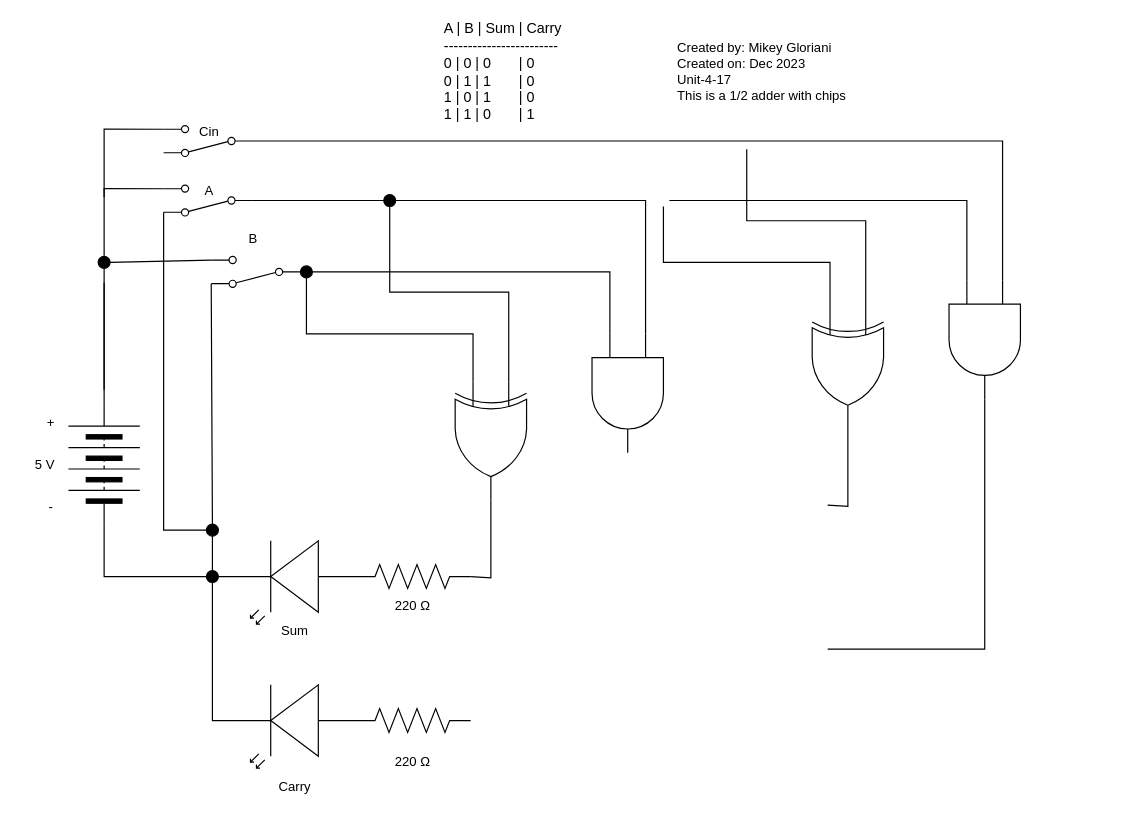
The draw.io diagram Unit-4-18/Unit-4-18.drawio in MikeyGloriani/TEJ3M-Unit-4, before the edit. Source tidied: cells renumbered, new cells numbered last; positions are measured from the earlier drawing's top-left corner, leaving out a move shared by most shapes. Both pictures are drawn from the tidied source at 119%, with x=0, y=0 at pixel (20, 30).
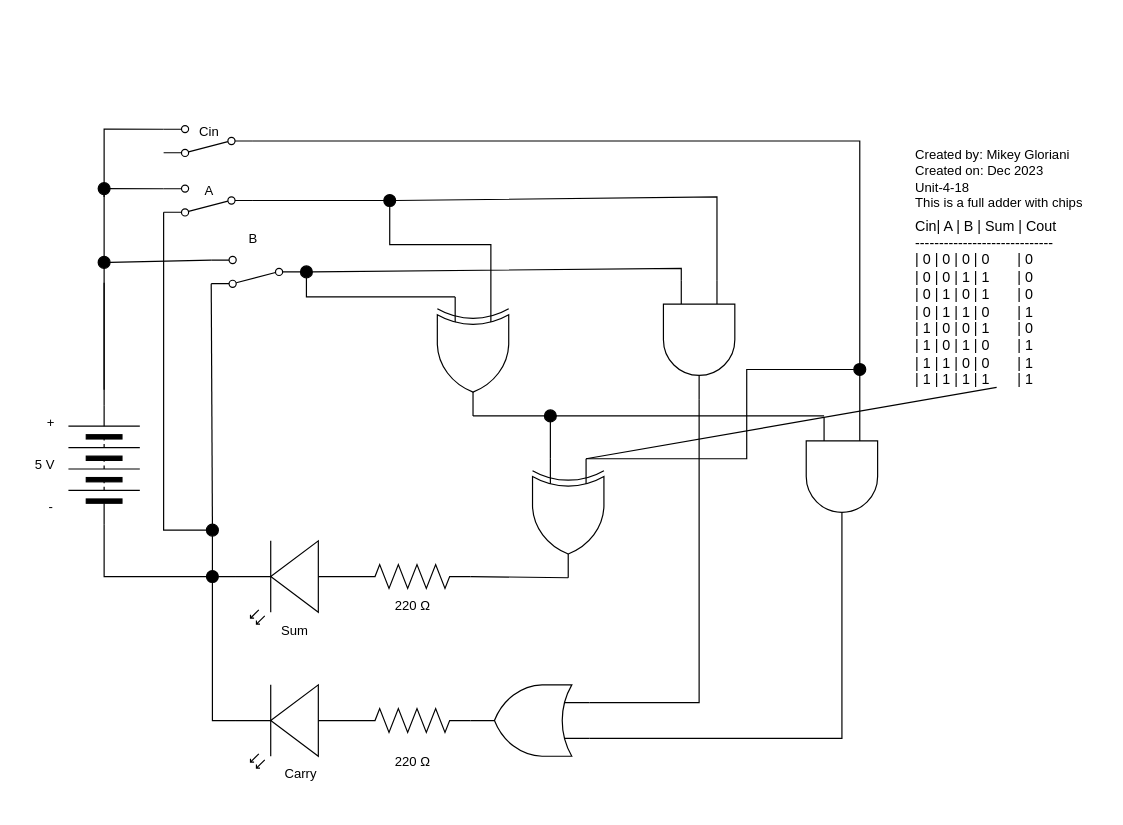
The same diagram, later.

Unchanged cells that the change refers to:
```xml
<mxCell id="17" style="verticalLabelPosition=bottom;shadow=0;dashed=0;align=center;html=1;verticalAlign=top;shape=mxgraph.electrical.resistors.resistor_2;rotation=0;" parent="1" vertex="1">
  <mxGeometry x="280" y="449" width="98" height="20" as="geometry" />
</mxCell>
<mxCell id="34" style="ellipse;whiteSpace=wrap;html=1;strokeColor=#000000;fillColor=#000000;" parent="1" vertex="1">
  <mxGeometry x="235" y="198" width="10" height="10" as="geometry" />
</mxCell>
<mxCell id="37" style="ellipse;whiteSpace=wrap;html=1;strokeColor=#000000;fillColor=#000000;" parent="1" vertex="1">
  <mxGeometry x="305" y="138" width="10" height="10" as="geometry" />
</mxCell>
<mxCell id="53" style="shape=mxgraph.electrical.electro-mechanical.twoWaySwitch;elSwitchState=2;rotation=-180;" parent="1" vertex="1">
  <mxGeometry x="120" y="80" width="75" height="26" as="geometry" />
</mxCell>
```

Diff of the diagram source:
```diff
@@
-    <mxCell id="7" value="&lt;div&gt;Created by: Mikey Gloriani&lt;/div&gt;&lt;div&gt;Created on: Dec 2023&lt;/div&gt;&lt;div&gt;Unit-4-17&lt;/div&gt;&lt;div&gt;This is a 1/2 adder with chips&lt;/div&gt;" style="text;html=1;align=left;verticalAlign=middle;strokeColor=none;fillColor=none;fontSize=11;fontFamily=Helvetica;fontColor=default;" parent="1" vertex="1">
-      <mxGeometry x="550" width="170" height="70" as="geometry" />
+    <mxCell id="7" value="&lt;div&gt;Created by: Mikey Gloriani&lt;/div&gt;&lt;div&gt;Created on: Dec 2023&lt;/div&gt;&lt;div&gt;Unit-4-18&lt;/div&gt;&lt;div&gt;This is a full adder with chips&lt;/div&gt;" style="text;html=1;align=left;verticalAlign=middle;strokeColor=none;fillColor=none;fontSize=11;fontFamily=Helvetica;fontColor=default;" parent="1" vertex="1">
+      <mxGeometry x="750" y="90" width="160" height="70" as="geometry" />
     </mxCell>
@@
-    <mxCell id="10" value="&lt;div&gt;A | B | Sum | Carry&lt;/div&gt;&lt;div&gt;------------------------&lt;/div&gt;&lt;div&gt;0 | 0 | 0&amp;nbsp; &amp;nbsp; &amp;nbsp; &amp;nbsp;| 0&lt;/div&gt;&lt;div&gt;0 | 1 | 1&amp;nbsp; &amp;nbsp; &amp;nbsp; &amp;nbsp;| 0&lt;/div&gt;&lt;div&gt;1 | 0 | 1&amp;nbsp; &amp;nbsp; &amp;nbsp; &amp;nbsp;| 0&lt;/div&gt;&lt;div&gt;1 | 1 | 0&amp;nbsp; &amp;nbsp; &amp;nbsp; &amp;nbsp;| 1&lt;/div&gt;" style="text;html=1;strokeColor=none;fillColor=none;align=left;verticalAlign=middle;whiteSpace=wrap;rounded=0;" parent="1" vertex="1">
-      <mxGeometry x="354" y="20" width="125" height="30" as="geometry" />
+    <mxCell id="10" value="&lt;div&gt;Cin| A | B | Sum | Cout&lt;/div&gt;&lt;div&gt;-----------------------------&lt;/div&gt;&lt;div&gt;| 0 | 0 | 0 | 0&amp;nbsp; &amp;nbsp; &amp;nbsp; &amp;nbsp;| 0&lt;/div&gt;&lt;div&gt;| 0 | 0 | 1 | 1&amp;nbsp; &amp;nbsp; &amp;nbsp; &amp;nbsp;| 0&lt;/div&gt;&lt;div&gt;| 0 | 1 | 0 | 1&amp;nbsp; &amp;nbsp; &amp;nbsp; &amp;nbsp;| 0&amp;nbsp;&lt;/div&gt;&lt;div&gt;| 0 | 1 | 1 | 0&amp;nbsp; &amp;nbsp; &amp;nbsp; &amp;nbsp;| 1&lt;/div&gt;&lt;div&gt;| 1 | 0 | 0 | 1&amp;nbsp; &amp;nbsp; &amp;nbsp; &amp;nbsp;| 0&lt;/div&gt;&lt;div&gt;| 1 | 0 | 1 | 0&amp;nbsp; &amp;nbsp; &amp;nbsp; &amp;nbsp;| 1&lt;/div&gt;&lt;div&gt;| 1 | 1 | 0 | 0&amp;nbsp; &amp;nbsp; &amp;nbsp; &amp;nbsp;| 1&amp;nbsp;&lt;/div&gt;&lt;div&gt;| 1 | 1 | 1 | 1&amp;nbsp; &amp;nbsp; &amp;nbsp; &amp;nbsp;| 1&lt;/div&gt;" style="text;html=1;strokeColor=none;fillColor=none;align=left;verticalAlign=middle;whiteSpace=wrap;rounded=0;" parent="1" vertex="1">
+      <mxGeometry x="750" y="214" width="125" height="30" as="geometry" />
     </mxCell>
@@
-    <mxCell id="16" style="edgeStyle=none;shape=connector;rounded=0;html=1;exitX=1;exitY=0.5;exitDx=0;exitDy=0;exitPerimeter=0;labelBackgroundColor=default;strokeColor=default;fontFamily=Helvetica;fontSize=11;fontColor=default;endArrow=none;endFill=0;entryX=1;entryY=0.5;entryDx=0;entryDy=0;entryPerimeter=0;" parent="1" edge="1" target="43">
-      <mxGeometry relative="1" as="geometry">
-        <mxPoint x="378" y="459" as="sourcePoint" />
-        <Array as="points">
-          <mxPoint x="395" y="460" />
-        </Array>
-      </mxGeometry>
-    </mxCell>
@@
+    <mxCell id="33" style="edgeStyle=none;shape=connector;rounded=0;html=1;exitX=1;exitY=0.5;exitDx=0;exitDy=0;entryX=0;entryY=0.75;entryDx=0;entryDy=0;entryPerimeter=0;labelBackgroundColor=default;strokeColor=default;fontFamily=Helvetica;fontSize=11;fontColor=default;endArrow=none;endFill=0;" parent="1" edge="1" source="34" target="44">
+      <mxGeometry relative="1" as="geometry">
+        <Array as="points">
+          <mxPoint x="555" y="200" />
+        </Array>
+      </mxGeometry>
+    </mxCell>
     <mxCell id="32" style="edgeStyle=none;shape=connector;rounded=0;html=1;exitX=0.5;exitY=1;exitDx=0;exitDy=0;entryX=0;entryY=0.75;entryDx=0;entryDy=0;entryPerimeter=0;labelBackgroundColor=default;strokeColor=default;fontFamily=Helvetica;fontSize=11;fontColor=default;endArrow=none;endFill=0;" parent="1" edge="1" source="34" target="43">
       <mxGeometry relative="1" as="geometry">
         <Array as="points">
-          <mxPoint x="240" y="255" />
-          <mxPoint x="380" y="255" />
+          <mxPoint x="240" y="224" />
         </Array>
       </mxGeometry>
     </mxCell>
-    <mxCell id="33" style="edgeStyle=none;shape=connector;rounded=0;html=1;exitX=1;exitY=0.5;exitDx=0;exitDy=0;entryX=0;entryY=0.75;entryDx=0;entryDy=0;entryPerimeter=0;labelBackgroundColor=default;strokeColor=default;fontFamily=Helvetica;fontSize=11;fontColor=default;endArrow=none;endFill=0;" parent="1" edge="1" source="34" target="44">
-      <mxGeometry relative="1" as="geometry">
-        <Array as="points">
-          <mxPoint x="495" y="203" />
-        </Array>
-      </mxGeometry>
-    </mxCell>
@@
+    <mxCell id="36" style="edgeStyle=none;shape=connector;rounded=0;html=1;exitX=1;exitY=0.5;exitDx=0;exitDy=0;entryX=0;entryY=0.25;entryDx=0;entryDy=0;entryPerimeter=0;labelBackgroundColor=default;strokeColor=default;fontFamily=Helvetica;fontSize=11;fontColor=default;endArrow=none;endFill=0;" parent="1" edge="1" source="37" target="44">
+      <mxGeometry relative="1" as="geometry">
+        <Array as="points">
+          <mxPoint x="585" y="140" />
+        </Array>
+      </mxGeometry>
+    </mxCell>
     <mxCell id="35" style="edgeStyle=none;shape=connector;rounded=0;html=1;exitX=0.5;exitY=1;exitDx=0;exitDy=0;entryX=0;entryY=0.25;entryDx=0;entryDy=0;entryPerimeter=0;labelBackgroundColor=default;strokeColor=default;fontFamily=Helvetica;fontSize=11;fontColor=default;endArrow=none;endFill=0;" parent="1" edge="1" source="37" target="43">
       <mxGeometry relative="1" as="geometry">
         <Array as="points">
-          <mxPoint x="310" y="220" />
-          <mxPoint x="410" y="220" />
+          <mxPoint x="310" y="180" />
+          <mxPoint x="395" y="180" />
         </Array>
       </mxGeometry>
     </mxCell>
-    <mxCell id="36" style="edgeStyle=none;shape=connector;rounded=0;html=1;exitX=1;exitY=0.5;exitDx=0;exitDy=0;entryX=0;entryY=0.25;entryDx=0;entryDy=0;entryPerimeter=0;labelBackgroundColor=default;strokeColor=default;fontFamily=Helvetica;fontSize=11;fontColor=default;endArrow=none;endFill=0;" parent="1" edge="1" source="37" target="44">
-      <mxGeometry relative="1" as="geometry">
-        <Array as="points">
-          <mxPoint x="525" y="143" />
-        </Array>
-      </mxGeometry>
-    </mxCell>
@@
     <mxCell id="42" value="Carry" style="text;html=1;align=center;verticalAlign=middle;strokeColor=none;fillColor=none;fontSize=11;fontFamily=Helvetica;fontColor=default;" parent="1" vertex="1">
-      <mxGeometry x="205" y="621" width="50" height="30" as="geometry" />
+      <mxGeometry x="210" y="610" width="50" height="30" as="geometry" />
     </mxCell>
+    <mxCell id="56" style="edgeStyle=none;shape=connector;rounded=0;html=1;exitX=1;exitY=0.5;exitDx=0;exitDy=0;exitPerimeter=0;entryX=0;entryY=0.75;entryDx=0;entryDy=0;entryPerimeter=0;labelBackgroundColor=default;strokeColor=default;fontFamily=Helvetica;fontSize=11;fontColor=default;endArrow=none;endFill=0;" parent="1" edge="1" source="43" target="50">
+      <mxGeometry relative="1" as="geometry">
+        <Array as="points">
+          <mxPoint x="445" y="324" />
+        </Array>
+      </mxGeometry>
+    </mxCell>
     <mxCell id="43" style="verticalLabelPosition=bottom;shadow=0;dashed=0;align=center;html=1;verticalAlign=top;shape=mxgraph.electrical.logic_gates.logic_gate;operation=xor;fontFamily=Helvetica;fontSize=11;fontColor=default;rotation=90;" parent="1" vertex="1">
-      <mxGeometry x="345" y="315" width="100" height="60" as="geometry" />
+      <mxGeometry x="330" y="244" width="100" height="60" as="geometry" />
     </mxCell>
+    <mxCell id="57" style="edgeStyle=none;shape=connector;rounded=0;html=1;exitX=1;exitY=0.5;exitDx=0;exitDy=0;exitPerimeter=0;entryX=0;entryY=0.75;entryDx=0;entryDy=0;entryPerimeter=0;labelBackgroundColor=default;strokeColor=default;fontFamily=Helvetica;fontSize=11;fontColor=default;endArrow=none;endFill=0;" parent="1" edge="1" source="44" target="61">
+      <mxGeometry relative="1" as="geometry">
+        <Array as="points">
+          <mxPoint x="570" y="565" />
+        </Array>
+      </mxGeometry>
+    </mxCell>
     <mxCell id="44" style="verticalLabelPosition=bottom;shadow=0;dashed=0;align=center;html=1;verticalAlign=top;shape=mxgraph.electrical.logic_gates.logic_gate;operation=and;fontFamily=Helvetica;fontSize=11;fontColor=default;rotation=90;" parent="1" vertex="1">
-      <mxGeometry x="460" y="275" width="100" height="60" as="geometry" />
+      <mxGeometry x="520" y="230" width="100" height="60" as="geometry" />
     </mxCell>
-    <mxCell id="45" style="edgeStyle=none;shape=connector;rounded=0;html=1;exitX=1;exitY=0.5;exitDx=0;exitDy=0;exitPerimeter=0;labelBackgroundColor=default;strokeColor=default;fontFamily=Helvetica;fontSize=11;fontColor=default;endArrow=none;endFill=0;entryX=1;entryY=0.5;entryDx=0;entryDy=0;entryPerimeter=0;" parent="1" edge="1" target="50">
-      <mxGeometry relative="1" as="geometry">
-        <mxPoint x="678" y="399" as="sourcePoint" />
-        <Array as="points">
-          <mxPoint x="695" y="400" />
-        </Array>
-      </mxGeometry>
-    </mxCell>
-    <mxCell id="46" style="edgeStyle=none;shape=connector;rounded=0;html=1;exitX=0.5;exitY=1;exitDx=0;exitDy=0;entryX=0;entryY=0.75;entryDx=0;entryDy=0;entryPerimeter=0;labelBackgroundColor=default;strokeColor=default;fontFamily=Helvetica;fontSize=11;fontColor=default;endArrow=none;endFill=0;" parent="1" edge="1" target="50">
-      <mxGeometry relative="1" as="geometry">
-        <mxPoint x="540" y="148" as="sourcePoint" />
-        <Array as="points">
-          <mxPoint x="540" y="195" />
-          <mxPoint x="680" y="195" />
-        </Array>
-      </mxGeometry>
-    </mxCell>
-    <mxCell id="47" style="edgeStyle=none;shape=connector;rounded=0;html=1;exitX=1;exitY=0.5;exitDx=0;exitDy=0;entryX=0;entryY=0.75;entryDx=0;entryDy=0;entryPerimeter=0;labelBackgroundColor=default;strokeColor=default;fontFamily=Helvetica;fontSize=11;fontColor=default;endArrow=none;endFill=0;" parent="1" edge="1" target="52">
-      <mxGeometry relative="1" as="geometry">
-        <mxPoint x="545" y="143" as="sourcePoint" />
-        <Array as="points">
-          <mxPoint x="795" y="143" />
-        </Array>
-      </mxGeometry>
-    </mxCell>
-    <mxCell id="48" style="edgeStyle=none;shape=connector;rounded=0;html=1;entryX=0;entryY=0.25;entryDx=0;entryDy=0;entryPerimeter=0;labelBackgroundColor=default;strokeColor=default;fontFamily=Helvetica;fontSize=11;fontColor=default;endArrow=none;endFill=0;" parent="1" edge="1" target="50">
-      <mxGeometry relative="1" as="geometry">
-        <mxPoint x="610" y="100" as="sourcePoint" />
-        <Array as="points">
-          <mxPoint x="610" y="160" />
-          <mxPoint x="710" y="160" />
-        </Array>
-      </mxGeometry>
-    </mxCell>
     <mxCell id="49" style="edgeStyle=none;shape=connector;rounded=0;html=1;exitX=0;exitY=0.5;exitDx=0;exitDy=0;entryX=0;entryY=0.25;entryDx=0;entryDy=0;entryPerimeter=0;labelBackgroundColor=default;strokeColor=default;fontFamily=Helvetica;fontSize=11;fontColor=default;endArrow=none;endFill=0;" parent="1" edge="1" source="53" target="52">
       <mxGeometry relative="1" as="geometry">
         <Array as="points">
-          <mxPoint x="825" y="93" />
+          <mxPoint x="705" y="93" />
         </Array>
       </mxGeometry>
     </mxCell>
+    <mxCell id="58" style="edgeStyle=none;shape=connector;rounded=0;html=1;exitX=1;exitY=0.5;exitDx=0;exitDy=0;exitPerimeter=0;entryX=1;entryY=0.5;entryDx=0;entryDy=0;entryPerimeter=0;labelBackgroundColor=default;strokeColor=default;fontFamily=Helvetica;fontSize=11;fontColor=default;endArrow=none;endFill=0;" parent="1" edge="1" source="50" target="17">
+      <mxGeometry relative="1" as="geometry" />
+    </mxCell>
+    <mxCell id="59" style="edgeStyle=none;shape=connector;rounded=0;html=1;exitX=0;exitY=0.25;exitDx=0;exitDy=0;exitPerimeter=0;entryX=0;entryY=0.5;entryDx=0;entryDy=0;labelBackgroundColor=default;strokeColor=default;fontFamily=Helvetica;fontSize=11;fontColor=default;endArrow=none;endFill=0;" parent="1" edge="1" source="50" target="63">
+      <mxGeometry relative="1" as="geometry">
+        <Array as="points">
+          <mxPoint x="610" y="360" />
+          <mxPoint x="610" y="285" />
+        </Array>
+      </mxGeometry>
+    </mxCell>
     <mxCell id="50" style="verticalLabelPosition=bottom;shadow=0;dashed=0;align=center;html=1;verticalAlign=top;shape=mxgraph.electrical.logic_gates.logic_gate;operation=xor;fontFamily=Helvetica;fontSize=11;fontColor=default;rotation=90;" parent="1" vertex="1">
-      <mxGeometry x="645" y="255" width="100" height="60" as="geometry" />
+      <mxGeometry x="410" y="380" width="100" height="60" as="geometry" />
     </mxCell>
-    <mxCell id="51" style="edgeStyle=none;shape=connector;rounded=0;html=1;exitX=1;exitY=0.5;exitDx=0;exitDy=0;exitPerimeter=0;entryX=1;entryY=0.5;entryDx=0;entryDy=0;entryPerimeter=0;labelBackgroundColor=default;strokeColor=default;fontFamily=Helvetica;fontSize=11;fontColor=default;endArrow=none;endFill=0;" parent="1" edge="1" source="52">
+    <mxCell id="51" style="edgeStyle=none;shape=connector;rounded=0;html=1;exitX=1;exitY=0.5;exitDx=0;exitDy=0;exitPerimeter=0;entryX=0;entryY=0.25;entryDx=0;entryDy=0;entryPerimeter=0;labelBackgroundColor=default;strokeColor=default;fontFamily=Helvetica;fontSize=11;fontColor=default;endArrow=none;endFill=0;" parent="1" edge="1" source="52" target="61">
       <mxGeometry relative="1" as="geometry">
-        <mxPoint x="678" y="520" as="targetPoint" />
         <Array as="points">
-          <mxPoint x="810" y="520" />
+          <mxPoint x="690" y="595" />
         </Array>
       </mxGeometry>
     </mxCell>
+    <mxCell id="60" style="edgeStyle=none;shape=connector;rounded=0;html=1;exitX=0;exitY=0.75;exitDx=0;exitDy=0;exitPerimeter=0;labelBackgroundColor=default;strokeColor=default;fontFamily=Helvetica;fontSize=11;fontColor=default;endArrow=none;endFill=0;" parent="1" edge="1">
+      <mxGeometry relative="1" as="geometry">
+        <mxPoint x="675" y="324" as="sourcePoint" />
+        <mxPoint x="440" y="324" as="targetPoint" />
+      </mxGeometry>
+    </mxCell>
     <mxCell id="52" style="verticalLabelPosition=bottom;shadow=0;dashed=0;align=center;html=1;verticalAlign=top;shape=mxgraph.electrical.logic_gates.logic_gate;operation=and;fontFamily=Helvetica;fontSize=11;fontColor=default;rotation=90;" parent="1" vertex="1">
-      <mxGeometry x="760" y="230" width="100" height="60" as="geometry" />
+      <mxGeometry x="640" y="345" width="100" height="60" as="geometry" />
     </mxCell>
@@
+    <mxCell id="61" style="verticalLabelPosition=bottom;shadow=0;dashed=0;align=center;html=1;verticalAlign=top;shape=mxgraph.electrical.logic_gates.logic_gate;operation=or;rotation=-180;" parent="1" vertex="1">
+      <mxGeometry x="378" y="550" width="100" height="60" as="geometry" />
+    </mxCell>
+    <mxCell id="62" style="edgeStyle=none;shape=connector;rounded=0;html=1;exitX=0;exitY=0.25;exitDx=0;exitDy=0;exitPerimeter=0;labelBackgroundColor=default;strokeColor=default;fontFamily=Helvetica;fontSize=11;fontColor=default;endArrow=none;endFill=0;" parent="1" edge="1" source="50">
+      <mxGeometry relative="1" as="geometry">
+        <mxPoint x="820" y="300" as="targetPoint" />
+      </mxGeometry>
+    </mxCell>
+    <mxCell id="63" style="ellipse;whiteSpace=wrap;html=1;strokeColor=#000000;fillColor=#000000;" parent="1" vertex="1">
+      <mxGeometry x="700" y="280" width="10" height="10" as="geometry" />
+    </mxCell>
+    <mxCell id="64" style="ellipse;whiteSpace=wrap;html=1;strokeColor=#000000;fillColor=#000000;" parent="1" vertex="1">
+      <mxGeometry x="440" y="319" width="10" height="10" as="geometry" />
+    </mxCell>
+    <mxCell id="65" style="ellipse;whiteSpace=wrap;html=1;strokeColor=#000000;fillColor=#000000;" parent="1" vertex="1">
+      <mxGeometry x="65" y="128" width="10" height="10" as="geometry" />
+    </mxCell>
```
